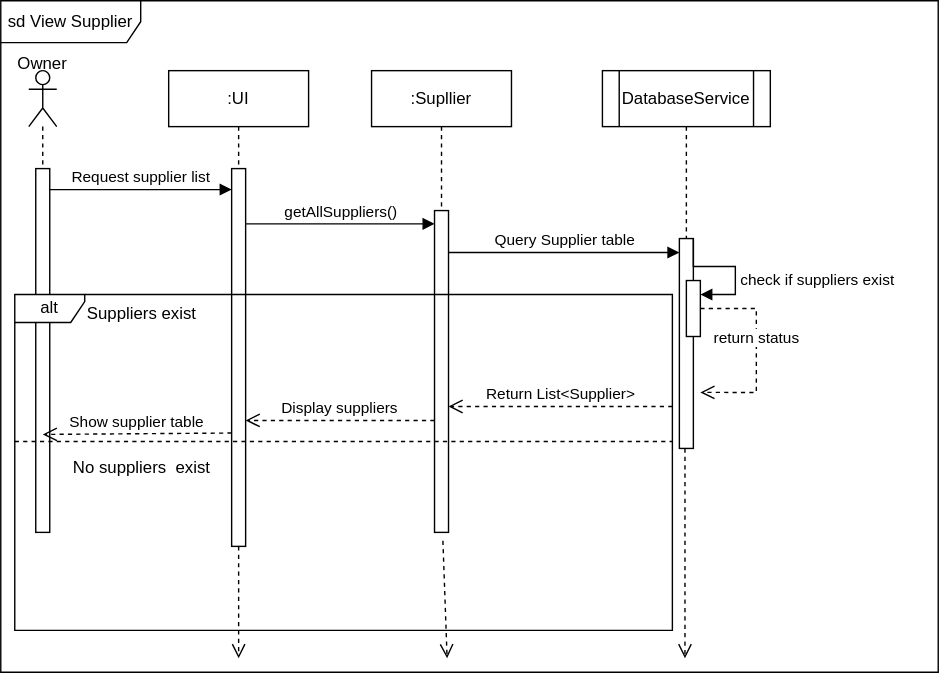
Earlier version of the draw.io export view_supp.svg (Simamkele88/IFM3_GP). Source tidied: cells renumbered, new cells last; positions are measured from the earlier drawing's top-left corner, leaving out a move shared by most shapes.
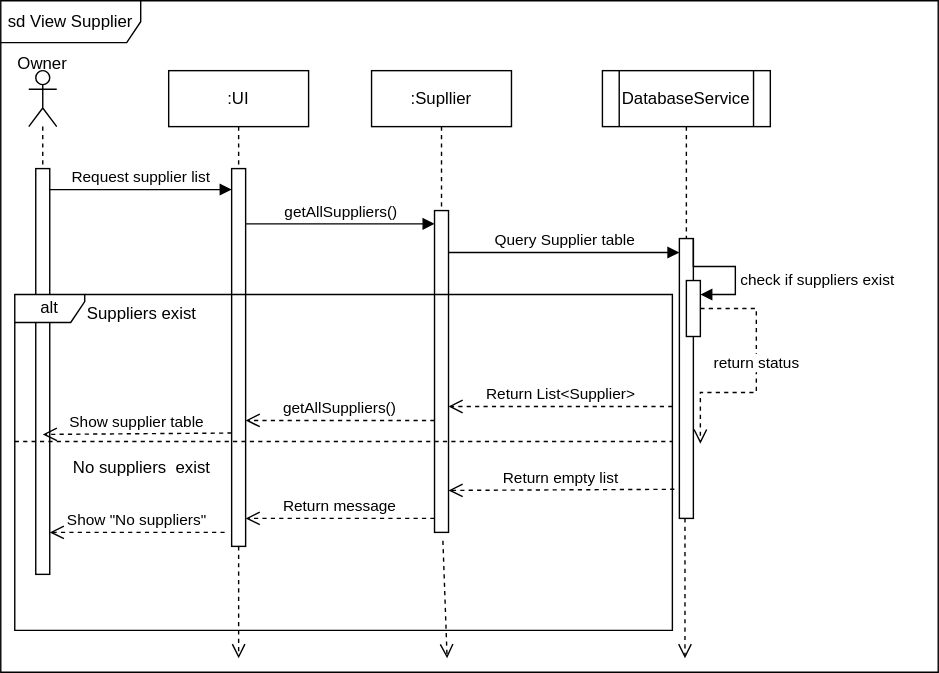
After the commit.

The edit, as a diff of the source:
```diff
@@ -15,7 +15,7 @@
       <mxGeometry x="45" y="70" width="10" height="270" as="geometry" />
     </mxCell>
     <mxCell id="6" style="html=1;points=[[0,0,0,0,5],[0,1,0,0,-5],[1,0,0,0,5],[1,1,0,0,-5]];perimeter=orthogonalPerimeter;outlineConnect=0;targetShapes=umlLifeline;portConstraint=eastwest;newEdgeStyle={&quot;curved&quot;:0,&quot;rounded&quot;:0};" parent="1" vertex="1">
-      <mxGeometry x="25" y="120" width="10" height="260" as="geometry" />
+      <mxGeometry x="25" y="120" width="10" height="290" as="geometry" />
     </mxCell>
     <mxCell id="7" value="Request supplier list" style="html=1;verticalAlign=bottom;endArrow=block;curved=0;rounded=0;" parent="1" edge="1" source="6" target="5">
       <mxGeometry relative="1" as="geometry">
@@ -43,7 +43,7 @@
       <mxGeometry x="430" y="50" width="120" height="40" as="geometry" />
     </mxCell>
     <mxCell id="12" style="html=1;points=[[0,0,0,0,5],[0,1,0,0,-5],[1,0,0,0,5],[1,1,0,0,-5]];perimeter=orthogonalPerimeter;outlineConnect=0;targetShapes=umlLifeline;portConstraint=eastwest;newEdgeStyle={&quot;curved&quot;:0,&quot;rounded&quot;:0};" parent="1" vertex="1">
-      <mxGeometry x="485" y="170" width="10" height="150" as="geometry" />
+      <mxGeometry x="485" y="170" width="10" height="200" as="geometry" />
     </mxCell>
     <mxCell id="13" style="html=1;verticalAlign=bottom;endArrow=none;dashed=1;endSize=8;curved=0;rounded=0;startFill=0;exitX=0.5;exitY=1;exitDx=0;exitDy=0;" parent="1" edge="1" source="11" target="12">
       <mxGeometry relative="1" as="geometry" />
@@ -60,7 +60,7 @@
     </mxCell>
     <mxCell id="16" style="html=1;verticalAlign=bottom;endArrow=open;dashed=1;endSize=8;curved=0;rounded=0;" parent="1" edge="1">
       <mxGeometry relative="1" as="geometry">
-        <mxPoint x="489" y="320" as="sourcePoint" />
+        <mxPoint x="489" y="370" as="sourcePoint" />
         <mxPoint x="489" y="470" as="targetPoint" />
       </mxGeometry>
     </mxCell>
@@ -105,7 +105,7 @@
         <mxPoint x="310" y="80" as="targetPoint" />
       </mxGeometry>
     </mxCell>
-    <mxCell id="26" value="Display suppliers" style="html=1;verticalAlign=bottom;endArrow=open;dashed=1;endSize=8;curved=0;rounded=0;" parent="21" edge="1" target="5">
+    <mxCell id="26" value="getAllSuppliers()" style="html=1;verticalAlign=bottom;endArrow=open;dashed=1;endSize=8;curved=0;rounded=0;" parent="21" edge="1" target="5">
       <mxGeometry relative="1" as="geometry">
         <mxPoint x="300" y="90" as="sourcePoint" />
       </mxGeometry>
@@ -116,6 +116,21 @@
         <mxPoint x="20" y="100" as="targetPoint" />
       </mxGeometry>
     </mxCell>
+    <mxCell id="29" value="Return empty list" style="html=1;verticalAlign=bottom;endArrow=open;dashed=1;endSize=8;curved=0;rounded=0;exitX=1.003;exitY=0.58;exitDx=0;exitDy=0;exitPerimeter=0;" parent="21" edge="1" source="21">
+      <mxGeometry relative="1" as="geometry">
+        <mxPoint x="310" y="140" as="targetPoint" />
+      </mxGeometry>
+    </mxCell>
+    <mxCell id="30" value="Return message" style="html=1;verticalAlign=bottom;endArrow=open;dashed=1;endSize=8;curved=0;rounded=0;" parent="21" edge="1" target="5">
+      <mxGeometry relative="1" as="geometry">
+        <mxPoint x="300" y="160" as="sourcePoint" />
+      </mxGeometry>
+    </mxCell>
+    <mxCell id="31" value="Show &quot;No suppliers&quot;" style="html=1;verticalAlign=bottom;endArrow=open;dashed=1;endSize=8;curved=0;rounded=0;" parent="21" edge="1" target="6">
+      <mxGeometry relative="1" as="geometry">
+        <mxPoint x="150" y="170" as="sourcePoint" />
+      </mxGeometry>
+    </mxCell>
     <mxCell id="28" value="return status" style="html=1;verticalAlign=bottom;endArrow=open;dashed=1;endSize=8;rounded=0;edgeStyle=orthogonalEdgeStyle;entryX=1.5;entryY=0.733;entryDx=0;entryDy=0;entryPerimeter=0;" parent="1" edge="1" source="18" target="12">
       <mxGeometry relative="1" as="geometry">
         <Array as="points">
```
